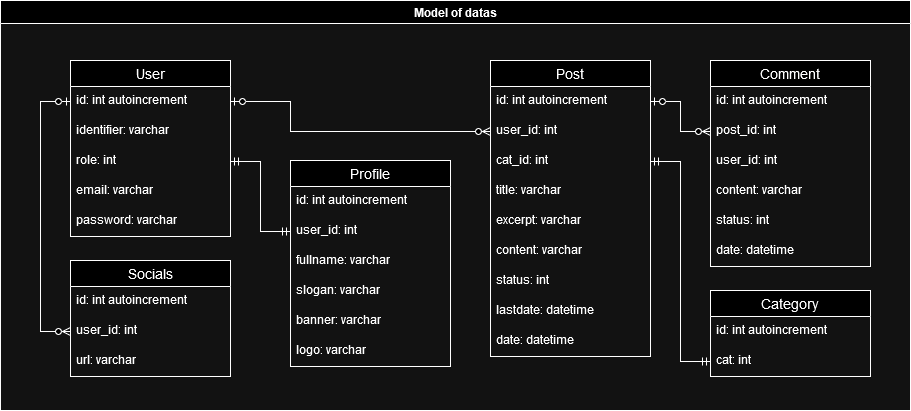
The draw.io diagram docs/diagrams/oc5model.drawio.png in FractalFramework/oc5, before a commit. Source tidied: cells renumbered, new cells last; positions are measured from the earlier drawing's top-left corner, leaving out a move shared by most shapes.
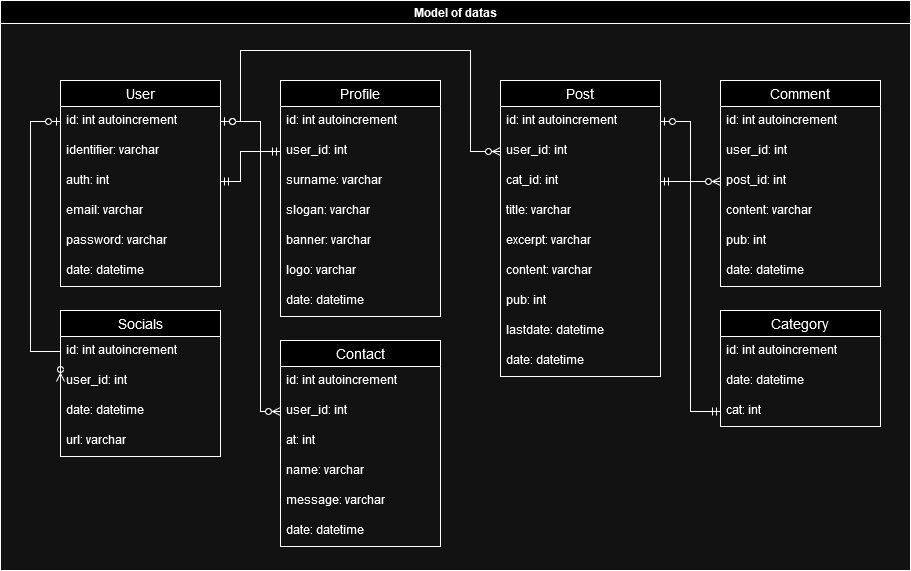
After the commit.

Commit message:
sql dump associated to the model diagram

Diff of the diagram source:
```diff
@@ -4,8 +4,11 @@
     <mxCell id="1" parent="0" />
+    <mxCell id="44" value="Model of datas" style="swimlane;whiteSpace=wrap;html=1;" parent="1" vertex="1">
+      <mxGeometry width="910" height="570" as="geometry" />
+    </mxCell>
-    <mxCell id="2" value="User" style="swimlane;fontStyle=0;horizontal=1;startSize=26;align=center;fontSize=14;" parent="1" vertex="1">
-      <mxGeometry x="70" y="60" width="160" height="176" as="geometry" />
+    <mxCell id="2" value="User" style="swimlane;fontStyle=0;horizontal=1;startSize=26;align=center;fontSize=14;" parent="44" vertex="1">
+      <mxGeometry x="60" y="80" width="160" height="206" as="geometry" />
     </mxCell>
-    <mxCell id="3" value="&lt;div&gt;id: int autoincrement&lt;br&gt;&lt;/div&gt;" style="text;strokeColor=none;fillColor=none;spacingLeft=4;spacingRight=4;overflow=hidden;points=[[0,0.5],[1,0.5]];portConstraint=eastwest;fontSize=12;whiteSpace=wrap;html=1;" parent="2" vertex="1">
-      <mxGeometry y="26" width="160" height="30" as="geometry" />
-    </mxCell>
+    <mxCell id="45" value="&lt;div&gt;id: int autoincrement&lt;br&gt;&lt;/div&gt;" style="text;strokeColor=none;fillColor=none;spacingLeft=4;spacingRight=4;overflow=hidden;points=[[0,0.5],[1,0.5]];portConstraint=eastwest;fontSize=12;whiteSpace=wrap;html=1;" parent="2" vertex="1">
+      <mxGeometry y="26" width="160" height="30" as="geometry" />
+    </mxCell>
     <mxCell id="4" value="identifier: varchar" style="text;strokeColor=none;fillColor=none;spacingLeft=4;spacingRight=4;overflow=hidden;fontSize=12;whiteSpace=wrap;html=1;" parent="2" vertex="1">
@@ -13,5 +16,5 @@
     </mxCell>
-    <mxCell id="5" value="role: int" style="text;strokeColor=none;fillColor=none;spacingLeft=4;spacingRight=4;overflow=hidden;points=[[0,0.5],[1,0.5]];portConstraint=eastwest;fontSize=12;whiteSpace=wrap;html=1;" parent="2" vertex="1">
-      <mxGeometry y="86" width="160" height="30" as="geometry" />
-    </mxCell>
+    <mxCell id="46" value="auth: int" style="text;strokeColor=none;fillColor=none;spacingLeft=4;spacingRight=4;overflow=hidden;points=[[0,0.5],[1,0.5]];portConstraint=eastwest;fontSize=12;whiteSpace=wrap;html=1;" parent="2" vertex="1">
+      <mxGeometry y="86" width="160" height="30" as="geometry" />
+    </mxCell>
     <mxCell id="6" value="email: varchar" style="text;strokeColor=none;fillColor=none;spacingLeft=4;spacingRight=4;overflow=hidden;fontSize=12;whiteSpace=wrap;html=1;" parent="2" vertex="1">
@@ -22,19 +25,100 @@
     </mxCell>
-    <mxCell id="8" style="edgeStyle=orthogonalEdgeStyle;fontSize=12;html=1;endArrow=ERzeroToMany;startArrow=ERzeroToOne;rounded=0;exitX=1;exitY=0.5;exitDx=0;exitDy=0;entryX=0;entryY=0.5;entryDx=0;entryDy=0;" parent="1" edge="1" source="3" target="11">
-      <mxGeometry relative="1" as="geometry">
-        <Array as="points">
-          <mxPoint x="290" y="101" />
-          <mxPoint x="290" y="131" />
-        </Array>
-      </mxGeometry>
-    </mxCell>
+    <mxCell id="47" value="date: datetime" style="text;strokeColor=none;fillColor=none;spacingLeft=4;spacingRight=4;overflow=hidden;fontSize=12;whiteSpace=wrap;html=1;" parent="2" vertex="1">
+      <mxGeometry y="176" width="160" height="30" as="geometry" />
+    </mxCell>
+    <mxCell id="48" style="edgeStyle=orthogonalEdgeStyle;fontSize=12;html=1;endArrow=ERzeroToMany;startArrow=ERzeroToOne;rounded=0;exitX=1;exitY=0.5;exitDx=0;exitDy=0;entryX=0;entryY=0.5;entryDx=0;entryDy=0;" parent="44" edge="1" source="45" target="66">
+      <mxGeometry relative="1" as="geometry">
+        <Array as="points">
+          <mxPoint x="240" y="121" />
+          <mxPoint x="240" y="50" />
+          <mxPoint x="470" y="50" />
+          <mxPoint x="470" y="151" />
+        </Array>
+      </mxGeometry>
+    </mxCell>
+    <mxCell id="49" style="edgeStyle=orthogonalEdgeStyle;fontSize=12;html=1;endArrow=ERzeroToMany;startArrow=ERzeroToOne;rounded=0;entryX=0;entryY=0.5;entryDx=0;entryDy=0;exitX=0;exitY=0.5;exitDx=0;exitDy=0;" parent="44" edge="1" source="45" target="59">
+      <mxGeometry relative="1" as="geometry">
+        <Array as="points">
+          <mxPoint x="30" y="121" />
+          <mxPoint x="30" y="351" />
+        </Array>
+      </mxGeometry>
+    </mxCell>
+    <mxCell id="50" style="edgeStyle=orthogonalEdgeStyle;fontSize=12;html=1;endArrow=ERmandOne;startArrow=ERmandOne;rounded=0;exitX=1;exitY=0.5;exitDx=0;exitDy=0;entryX=0;entryY=0.5;entryDx=0;entryDy=0;" parent="44" edge="1" source="46" target="62">
+      <mxGeometry relative="1" as="geometry">
+        <Array as="points">
+          <mxPoint x="240" y="181" />
+          <mxPoint x="240" y="151" />
+        </Array>
+      </mxGeometry>
+    </mxCell>
+    <mxCell id="51" value="Contact" style="swimlane;fontStyle=0;horizontal=1;startSize=26;align=center;fontSize=14;" parent="44" vertex="1">
+      <mxGeometry x="280" y="340" width="160" height="206" as="geometry" />
+    </mxCell>
+    <mxCell id="52" value="&lt;div&gt;id: int autoincrement&lt;br&gt;&lt;/div&gt;" style="text;strokeColor=none;fillColor=none;spacingLeft=4;spacingRight=4;overflow=hidden;fontSize=12;whiteSpace=wrap;html=1;" parent="51" vertex="1">
+      <mxGeometry y="26" width="160" height="30" as="geometry" />
+    </mxCell>
+    <mxCell id="53" value="&lt;div&gt;user_id: int&lt;br&gt;&lt;/div&gt;" style="text;strokeColor=none;fillColor=none;spacingLeft=4;spacingRight=4;overflow=hidden;points=[[0,0.5],[1,0.5]];portConstraint=eastwest;fontSize=12;whiteSpace=wrap;html=1;" parent="51" vertex="1">
+      <mxGeometry y="56" width="160" height="30" as="geometry" />
+    </mxCell>
+    <mxCell id="54" value="at: int" style="text;strokeColor=none;fillColor=none;spacingLeft=4;spacingRight=4;overflow=hidden;fontSize=12;whiteSpace=wrap;html=1;" parent="51" vertex="1">
+      <mxGeometry y="86" width="160" height="30" as="geometry" />
+    </mxCell>
+    <mxCell id="55" value="name: varchar" style="text;strokeColor=none;fillColor=none;spacingLeft=4;spacingRight=4;overflow=hidden;fontSize=12;whiteSpace=wrap;html=1;" parent="51" vertex="1">
+      <mxGeometry y="116" width="160" height="30" as="geometry" />
+    </mxCell>
+    <mxCell id="56" value="message: varchar" style="text;strokeColor=none;fillColor=none;spacingLeft=4;spacingRight=4;overflow=hidden;fontSize=12;whiteSpace=wrap;html=1;" parent="51" vertex="1">
+      <mxGeometry y="146" width="160" height="30" as="geometry" />
+    </mxCell>
+    <mxCell id="57" value="date: datetime" style="text;strokeColor=none;fillColor=none;spacingLeft=4;spacingRight=4;overflow=hidden;fontSize=12;whiteSpace=wrap;html=1;" parent="51" vertex="1">
+      <mxGeometry y="176" width="160" height="30" as="geometry" />
+    </mxCell>
+    <mxCell id="27" value="Socials" style="swimlane;fontStyle=0;horizontal=1;startSize=26;align=center;fontSize=14;" parent="44" vertex="1">
+      <mxGeometry x="60" y="310" width="160" height="146" as="geometry" />
+    </mxCell>
+    <mxCell id="58" value="&lt;div&gt;id: int autoincrement&lt;br&gt;&lt;/div&gt;" style="text;strokeColor=none;fillColor=none;spacingLeft=4;spacingRight=4;overflow=hidden;fontSize=12;whiteSpace=wrap;html=1;" parent="27" vertex="1">
+      <mxGeometry y="26" width="160" height="30" as="geometry" />
+    </mxCell>
+    <mxCell id="59" value="user_id: int" style="text;strokeColor=none;fillColor=none;spacingLeft=4;spacingRight=4;overflow=hidden;points=[[0,0.5],[1,0.5]];portConstraint=eastwest;fontSize=12;whiteSpace=wrap;html=1;" parent="27" vertex="1">
+      <mxGeometry y="56" width="160" height="30" as="geometry" />
+    </mxCell>
+    <mxCell id="60" value="date: datetime" style="text;strokeColor=none;fillColor=none;spacingLeft=4;spacingRight=4;overflow=hidden;fontSize=12;whiteSpace=wrap;html=1;" parent="27" vertex="1">
+      <mxGeometry y="86" width="160" height="30" as="geometry" />
+    </mxCell>
+    <mxCell id="30" value="url: varchar" style="text;strokeColor=none;fillColor=none;spacingLeft=4;spacingRight=4;overflow=hidden;fontSize=12;whiteSpace=wrap;html=1;" parent="27" vertex="1">
+      <mxGeometry y="116" width="160" height="30" as="geometry" />
+    </mxCell>
+    <mxCell id="36" value="Profile" style="swimlane;fontStyle=0;horizontal=1;startSize=26;align=center;fontSize=14;" parent="44" vertex="1">
+      <mxGeometry x="280" y="80" width="160" height="236" as="geometry" />
+    </mxCell>
+    <mxCell id="61" value="&lt;div&gt;id: int autoincrement&lt;br&gt;&lt;/div&gt;" style="text;strokeColor=none;fillColor=none;spacingLeft=4;spacingRight=4;overflow=hidden;fontSize=12;whiteSpace=wrap;html=1;" parent="36" vertex="1">
+      <mxGeometry y="26" width="160" height="30" as="geometry" />
+    </mxCell>
+    <mxCell id="62" value="&lt;div&gt;user_id: int&lt;br&gt;&lt;/div&gt;" style="text;strokeColor=none;fillColor=none;spacingLeft=4;spacingRight=4;overflow=hidden;points=[[0,0.5],[1,0.5]];portConstraint=eastwest;fontSize=12;whiteSpace=wrap;html=1;" parent="36" vertex="1">
+      <mxGeometry y="56" width="160" height="30" as="geometry" />
+    </mxCell>
+    <mxCell id="63" value="surname: varchar" style="text;strokeColor=none;fillColor=none;spacingLeft=4;spacingRight=4;overflow=hidden;fontSize=12;whiteSpace=wrap;html=1;" parent="36" vertex="1">
+      <mxGeometry y="86" width="160" height="30" as="geometry" />
+    </mxCell>
+    <mxCell id="40" value="slogan: varchar" style="text;strokeColor=none;fillColor=none;spacingLeft=4;spacingRight=4;overflow=hidden;fontSize=12;whiteSpace=wrap;html=1;" parent="36" vertex="1">
+      <mxGeometry y="116" width="160" height="30" as="geometry" />
+    </mxCell>
+    <mxCell id="41" value="banner: varchar" style="text;strokeColor=none;fillColor=none;spacingLeft=4;spacingRight=4;overflow=hidden;fontSize=12;whiteSpace=wrap;html=1;" parent="36" vertex="1">
+      <mxGeometry y="146" width="160" height="30" as="geometry" />
+    </mxCell>
+    <mxCell id="42" value="logo: varchar" style="text;strokeColor=none;fillColor=none;spacingLeft=4;spacingRight=4;overflow=hidden;fontSize=12;whiteSpace=wrap;html=1;" parent="36" vertex="1">
+      <mxGeometry y="176" width="160" height="30" as="geometry" />
+    </mxCell>
+    <mxCell id="64" value="date: datetime" style="text;strokeColor=none;fillColor=none;spacingLeft=4;spacingRight=4;overflow=hidden;fontSize=12;whiteSpace=wrap;html=1;" parent="36" vertex="1">
+      <mxGeometry y="206" width="160" height="30" as="geometry" />
+    </mxCell>
-    <mxCell id="9" value="Post" style="swimlane;fontStyle=0;horizontal=1;startSize=26;align=center;fontSize=14;" parent="1" vertex="1">
-      <mxGeometry x="490" y="60" width="160" height="296" as="geometry" />
+    <mxCell id="9" value="Post" style="swimlane;fontStyle=0;horizontal=1;startSize=26;align=center;fontSize=14;" parent="44" vertex="1">
+      <mxGeometry x="500" y="80" width="160" height="296" as="geometry" />
     </mxCell>
-    <mxCell id="10" value="&lt;div&gt;id: int autoincrement&lt;br&gt;&lt;/div&gt;" style="text;strokeColor=none;fillColor=none;spacingLeft=4;spacingRight=4;overflow=hidden;points=[[0,0.5],[1,0.5]];portConstraint=eastwest;fontSize=12;whiteSpace=wrap;html=1;" parent="9" vertex="1">
-      <mxGeometry y="26" width="160" height="30" as="geometry" />
-    </mxCell>
-    <mxCell id="11" value="user_id: int" style="text;strokeColor=none;fillColor=none;spacingLeft=4;spacingRight=4;overflow=hidden;points=[[0,0.5],[1,0.5]];portConstraint=eastwest;fontSize=12;whiteSpace=wrap;html=1;" parent="9" vertex="1">
-      <mxGeometry y="56" width="160" height="30" as="geometry" />
-    </mxCell>
+    <mxCell id="65" value="&lt;div&gt;id: int autoincrement&lt;br&gt;&lt;/div&gt;" style="text;strokeColor=none;fillColor=none;spacingLeft=4;spacingRight=4;overflow=hidden;points=[[0,0.5],[1,0.5]];portConstraint=eastwest;fontSize=12;whiteSpace=wrap;html=1;" parent="9" vertex="1">
+      <mxGeometry y="26" width="160" height="30" as="geometry" />
+    </mxCell>
+    <mxCell id="66" value="user_id: int" style="text;strokeColor=none;fillColor=none;spacingLeft=4;spacingRight=4;overflow=hidden;points=[[0,0.5],[1,0.5]];portConstraint=eastwest;fontSize=12;whiteSpace=wrap;html=1;" parent="9" vertex="1">
+      <mxGeometry y="56" width="160" height="30" as="geometry" />
+    </mxCell>
     <mxCell id="12" value="cat_id: int" style="text;strokeColor=none;fillColor=none;spacingLeft=4;spacingRight=4;overflow=hidden;points=[[0,0.5],[1,0.5]];portConstraint=eastwest;fontSize=12;whiteSpace=wrap;html=1;" parent="9" vertex="1">
@@ -51,5 +135,5 @@
     </mxCell>
-    <mxCell id="16" value="status: int" style="text;strokeColor=none;fillColor=none;spacingLeft=4;spacingRight=4;overflow=hidden;fontSize=12;whiteSpace=wrap;html=1;" parent="9" vertex="1">
-      <mxGeometry y="206" width="160" height="30" as="geometry" />
-    </mxCell>
+    <mxCell id="67" value="pub: int" style="text;strokeColor=none;fillColor=none;spacingLeft=4;spacingRight=4;overflow=hidden;fontSize=12;whiteSpace=wrap;html=1;" parent="9" vertex="1">
+      <mxGeometry y="206" width="160" height="30" as="geometry" />
+    </mxCell>
     <mxCell id="17" value="lastdate: datetime" style="text;strokeColor=none;fillColor=none;spacingLeft=4;spacingRight=4;overflow=hidden;fontSize=12;whiteSpace=wrap;html=1;" parent="9" vertex="1">
@@ -60,14 +144,14 @@
     </mxCell>
-    <mxCell id="19" value="Comment" style="swimlane;fontStyle=0;horizontal=1;startSize=26;align=center;fontSize=14;" parent="1" vertex="1">
-      <mxGeometry x="710" y="60" width="160" height="206" as="geometry" />
+    <mxCell id="19" value="Comment" style="swimlane;fontStyle=0;horizontal=1;startSize=26;align=center;fontSize=14;" parent="44" vertex="1">
+      <mxGeometry x="720" y="80" width="160" height="206" as="geometry" />
     </mxCell>
-    <mxCell id="20" value="&lt;div&gt;id: int autoincrement&lt;br&gt;&lt;/div&gt;" style="text;strokeColor=none;fillColor=none;spacingLeft=4;spacingRight=4;overflow=hidden;fontSize=12;whiteSpace=wrap;html=1;" parent="19" vertex="1">
-      <mxGeometry y="26" width="160" height="30" as="geometry" />
-    </mxCell>
+    <mxCell id="68" value="&lt;div&gt;id: int autoincrement&lt;br&gt;&lt;/div&gt;" style="text;strokeColor=none;fillColor=none;spacingLeft=4;spacingRight=4;overflow=hidden;fontSize=12;whiteSpace=wrap;html=1;" parent="19" vertex="1">
+      <mxGeometry y="26" width="160" height="30" as="geometry" />
+    </mxCell>
+    <mxCell id="69" value="user_id: int" style="text;strokeColor=none;fillColor=none;spacingLeft=4;spacingRight=4;overflow=hidden;fontSize=12;whiteSpace=wrap;html=1;" parent="19" vertex="1">
+      <mxGeometry y="56" width="160" height="30" as="geometry" />
+    </mxCell>
     <mxCell id="21" value="post_id: int" style="text;strokeColor=none;fillColor=none;spacingLeft=4;spacingRight=4;overflow=hidden;points=[[0,0.5],[1,0.5]];portConstraint=eastwest;fontSize=12;whiteSpace=wrap;html=1;" parent="19" vertex="1">
-      <mxGeometry y="56" width="160" height="30" as="geometry" />
+      <mxGeometry y="86" width="160" height="30" as="geometry" />
     </mxCell>
-    <mxCell id="22" value="user_id: int" style="text;strokeColor=none;fillColor=none;spacingLeft=4;spacingRight=4;overflow=hidden;fontSize=12;whiteSpace=wrap;html=1;" parent="19" vertex="1">
-      <mxGeometry y="86" width="160" height="30" as="geometry" />
-    </mxCell>
     <mxCell id="23" value="content: varchar" style="text;strokeColor=none;fillColor=none;spacingLeft=4;spacingRight=4;overflow=hidden;fontSize=12;whiteSpace=wrap;html=1;" parent="19" vertex="1">
@@ -75,70 +159,34 @@
     </mxCell>
-    <mxCell id="24" value="status: int" style="text;strokeColor=none;fillColor=none;spacingLeft=4;spacingRight=4;overflow=hidden;fontSize=12;whiteSpace=wrap;html=1;" parent="19" vertex="1">
-      <mxGeometry y="146" width="160" height="30" as="geometry" />
-    </mxCell>
-    <mxCell id="25" value="date: datetime" style="text;strokeColor=none;fillColor=none;spacingLeft=4;spacingRight=4;overflow=hidden;fontSize=12;whiteSpace=wrap;html=1;" parent="19" vertex="1">
-      <mxGeometry y="176" width="160" height="30" as="geometry" />
-    </mxCell>
-    <mxCell id="26" style="edgeStyle=orthogonalEdgeStyle;fontSize=12;html=1;endArrow=ERzeroToMany;startArrow=ERzeroToOne;rounded=0;exitX=1;exitY=0.5;exitDx=0;exitDy=0;entryX=0;entryY=0.5;entryDx=0;entryDy=0;" parent="1" edge="1" source="10" target="21">
-      <mxGeometry relative="1" as="geometry" />
-    </mxCell>
-    <mxCell id="27" value="Socials" style="swimlane;fontStyle=0;horizontal=1;startSize=26;align=center;fontSize=14;" parent="1" vertex="1">
-      <mxGeometry x="70" y="260" width="160" height="116" as="geometry" />
-    </mxCell>
-    <mxCell id="28" value="&lt;div&gt;id: int autoincrement&lt;br&gt;&lt;/div&gt;" style="text;strokeColor=none;fillColor=none;spacingLeft=4;spacingRight=4;overflow=hidden;fontSize=12;whiteSpace=wrap;html=1;" parent="27" vertex="1">
-      <mxGeometry y="26" width="160" height="30" as="geometry" />
-    </mxCell>
-    <mxCell id="29" value="user_id: int" style="text;strokeColor=none;fillColor=none;spacingLeft=4;spacingRight=4;overflow=hidden;points=[[0,0.5],[1,0.5]];portConstraint=eastwest;fontSize=12;whiteSpace=wrap;html=1;" parent="27" vertex="1">
-      <mxGeometry y="56" width="160" height="30" as="geometry" />
-    </mxCell>
-    <mxCell id="30" value="url: varchar" style="text;strokeColor=none;fillColor=none;spacingLeft=4;spacingRight=4;overflow=hidden;fontSize=12;whiteSpace=wrap;html=1;" parent="27" vertex="1">
-      <mxGeometry y="86" width="160" height="30" as="geometry" />
-    </mxCell>
-    <mxCell id="31" style="edgeStyle=orthogonalEdgeStyle;fontSize=12;html=1;endArrow=ERzeroToMany;startArrow=ERzeroToOne;rounded=0;entryX=0;entryY=0.5;entryDx=0;entryDy=0;exitX=0;exitY=0.5;exitDx=0;exitDy=0;" parent="1" edge="1" source="3" target="29">
-      <mxGeometry relative="1" as="geometry">
-        <Array as="points">
-          <mxPoint x="40" y="101" />
-          <mxPoint x="40" y="331" />
-        </Array>
-      </mxGeometry>
-    </mxCell>
+    <mxCell id="70" value="pub: int" style="text;strokeColor=none;fillColor=none;spacingLeft=4;spacingRight=4;overflow=hidden;fontSize=12;whiteSpace=wrap;html=1;" parent="19" vertex="1">
+      <mxGeometry y="146" width="160" height="30" as="geometry" />
+    </mxCell>
+    <mxCell id="71" value="date: datetime" style="text;strokeColor=none;fillColor=none;spacingLeft=4;spacingRight=4;overflow=hidden;fontSize=12;whiteSpace=wrap;html=1;" parent="19" vertex="1">
+      <mxGeometry y="176" width="160" height="30" as="geometry" />
+    </mxCell>
+    <mxCell id="72" style="edgeStyle=orthogonalEdgeStyle;fontSize=12;html=1;endArrow=ERzeroToMany;startArrow=ERzeroToOne;rounded=0;exitX=1;exitY=0.5;exitDx=0;exitDy=0;entryX=0;entryY=0.5;entryDx=0;entryDy=0;" parent="44" edge="1" source="65" target="21">
+      <mxGeometry relative="1" as="geometry" />
+    </mxCell>
-    <mxCell id="32" value="Category" style="swimlane;fontStyle=0;horizontal=1;startSize=26;align=center;fontSize=14;" parent="1" vertex="1">
-      <mxGeometry x="710" y="290" width="160" height="86" as="geometry" />
+    <mxCell id="32" value="Category" style="swimlane;fontStyle=0;horizontal=1;startSize=26;align=center;fontSize=14;" parent="44" vertex="1">
+      <mxGeometry x="720" y="310" width="160" height="116" as="geometry" />
     </mxCell>
-    <mxCell id="33" value="&lt;div&gt;id: int autoincrement&lt;br&gt;&lt;/div&gt;" style="text;strokeColor=none;fillColor=none;spacingLeft=4;spacingRight=4;overflow=hidden;fontSize=12;whiteSpace=wrap;html=1;" parent="32" vertex="1">
-      <mxGeometry y="26" width="160" height="30" as="geometry" />
-    </mxCell>
+    <mxCell id="73" value="&lt;div&gt;id: int autoincrement&lt;br&gt;&lt;/div&gt;" style="text;strokeColor=none;fillColor=none;spacingLeft=4;spacingRight=4;overflow=hidden;fontSize=12;whiteSpace=wrap;html=1;" parent="32" vertex="1">
+      <mxGeometry y="26" width="160" height="30" as="geometry" />
+    </mxCell>
+    <mxCell id="74" value="date: datetime" style="text;strokeColor=none;fillColor=none;spacingLeft=4;spacingRight=4;overflow=hidden;fontSize=12;whiteSpace=wrap;html=1;" parent="32" vertex="1">
+      <mxGeometry y="56" width="160" height="30" as="geometry" />
+    </mxCell>
     <mxCell id="34" value="cat: int" style="text;strokeColor=none;fillColor=none;spacingLeft=4;spacingRight=4;overflow=hidden;points=[[0,0.5],[1,0.5]];portConstraint=eastwest;fontSize=12;whiteSpace=wrap;html=1;" parent="32" vertex="1">
-      <mxGeometry y="56" width="160" height="30" as="geometry" />
+      <mxGeometry y="86" width="160" height="30" as="geometry" />
     </mxCell>
-    <mxCell id="35" style="edgeStyle=orthogonalEdgeStyle;fontSize=12;html=1;endArrow=ERmandOne;startArrow=ERmandOne;rounded=0;entryX=0;entryY=0.5;entryDx=0;entryDy=0;exitX=1;exitY=0.5;exitDx=0;exitDy=0;" parent="1" edge="1" source="12" target="34">
+    <mxCell id="35" style="edgeStyle=orthogonalEdgeStyle;fontSize=12;html=1;endArrow=ERmandOne;startArrow=ERmandOne;rounded=0;entryX=0;entryY=0.5;entryDx=0;entryDy=0;exitX=1;exitY=0.5;exitDx=0;exitDy=0;" parent="44" edge="1" source="12" target="34">
       <mxGeometry relative="1" as="geometry" />
     </mxCell>
-    <mxCell id="36" value="Profile" style="swimlane;fontStyle=0;horizontal=1;startSize=26;align=center;fontSize=14;" parent="1" vertex="1">
-      <mxGeometry x="290" y="160" width="160" height="206" as="geometry" />
-    </mxCell>
-    <mxCell id="37" value="&lt;div&gt;id: int autoincrement&lt;br&gt;&lt;/div&gt;" style="text;strokeColor=none;fillColor=none;spacingLeft=4;spacingRight=4;overflow=hidden;fontSize=12;whiteSpace=wrap;html=1;" parent="36" vertex="1">
-      <mxGeometry y="26" width="160" height="30" as="geometry" />
-    </mxCell>
-    <mxCell id="38" value="&lt;div&gt;user_id: int&lt;br&gt;&lt;/div&gt;" style="text;strokeColor=none;fillColor=none;spacingLeft=4;spacingRight=4;overflow=hidden;points=[[0,0.5],[1,0.5]];portConstraint=eastwest;fontSize=12;whiteSpace=wrap;html=1;" parent="36" vertex="1">
-      <mxGeometry y="56" width="160" height="30" as="geometry" />
-    </mxCell>
-    <mxCell id="39" value="fullname: varchar" style="text;strokeColor=none;fillColor=none;spacingLeft=4;spacingRight=4;overflow=hidden;fontSize=12;whiteSpace=wrap;html=1;" parent="36" vertex="1">
-      <mxGeometry y="86" width="160" height="30" as="geometry" />
-    </mxCell>
-    <mxCell id="40" value="slogan: varchar" style="text;strokeColor=none;fillColor=none;spacingLeft=4;spacingRight=4;overflow=hidden;fontSize=12;whiteSpace=wrap;html=1;" parent="36" vertex="1">
-      <mxGeometry y="116" width="160" height="30" as="geometry" />
-    </mxCell>
-    <mxCell id="41" value="banner: varchar" style="text;strokeColor=none;fillColor=none;spacingLeft=4;spacingRight=4;overflow=hidden;fontSize=12;whiteSpace=wrap;html=1;" parent="36" vertex="1">
-      <mxGeometry y="146" width="160" height="30" as="geometry" />
-    </mxCell>
-    <mxCell id="42" value="logo: varchar" style="text;strokeColor=none;fillColor=none;spacingLeft=4;spacingRight=4;overflow=hidden;fontSize=12;whiteSpace=wrap;html=1;" parent="36" vertex="1">
-      <mxGeometry y="176" width="160" height="30" as="geometry" />
-    </mxCell>
-    <mxCell id="43" style="edgeStyle=orthogonalEdgeStyle;fontSize=12;html=1;endArrow=ERmandOne;startArrow=ERmandOne;rounded=0;exitX=1;exitY=0.5;exitDx=0;exitDy=0;entryX=0;entryY=0.5;entryDx=0;entryDy=0;" parent="1" edge="1" source="5" target="38">
-      <mxGeometry relative="1" as="geometry" />
-    </mxCell>
-    <mxCell id="44" value="Model of datas" style="swimlane;whiteSpace=wrap;html=1;" parent="1" vertex="1">
-      <mxGeometry width="910" height="410" as="geometry" />
-    </mxCell>
+    <mxCell id="75" style="edgeStyle=orthogonalEdgeStyle;fontSize=12;html=1;endArrow=ERzeroToMany;startArrow=ERzeroToOne;rounded=0;exitX=1;exitY=0.5;exitDx=0;exitDy=0;entryX=0;entryY=0.5;entryDx=0;entryDy=0;" parent="44" edge="1" source="45" target="53">
+      <mxGeometry relative="1" as="geometry">
+        <Array as="points">
+          <mxPoint x="260" y="121" />
+          <mxPoint x="260" y="411" />
+        </Array>
+      </mxGeometry>
+    </mxCell>
   </root>
```
